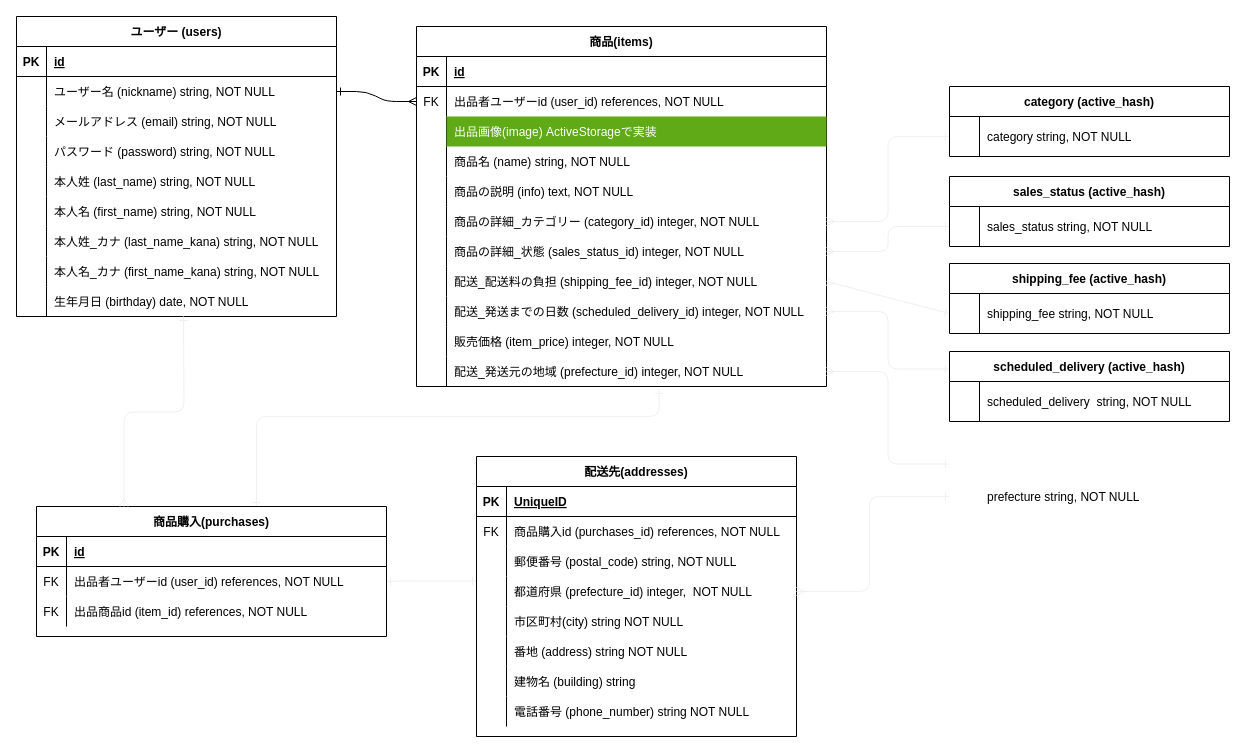
This is furima_er.dio from sutogone/furima-31056, a draw.io file, before an edit. Source tidied: cells renumbered, new cells numbered last; positions are measured from the earlier drawing's top-left corner, leaving out a move shared by most shapes. Both pictures are drawn from the tidied source at 100%, with x=0, y=0 at pixel (16, 16).
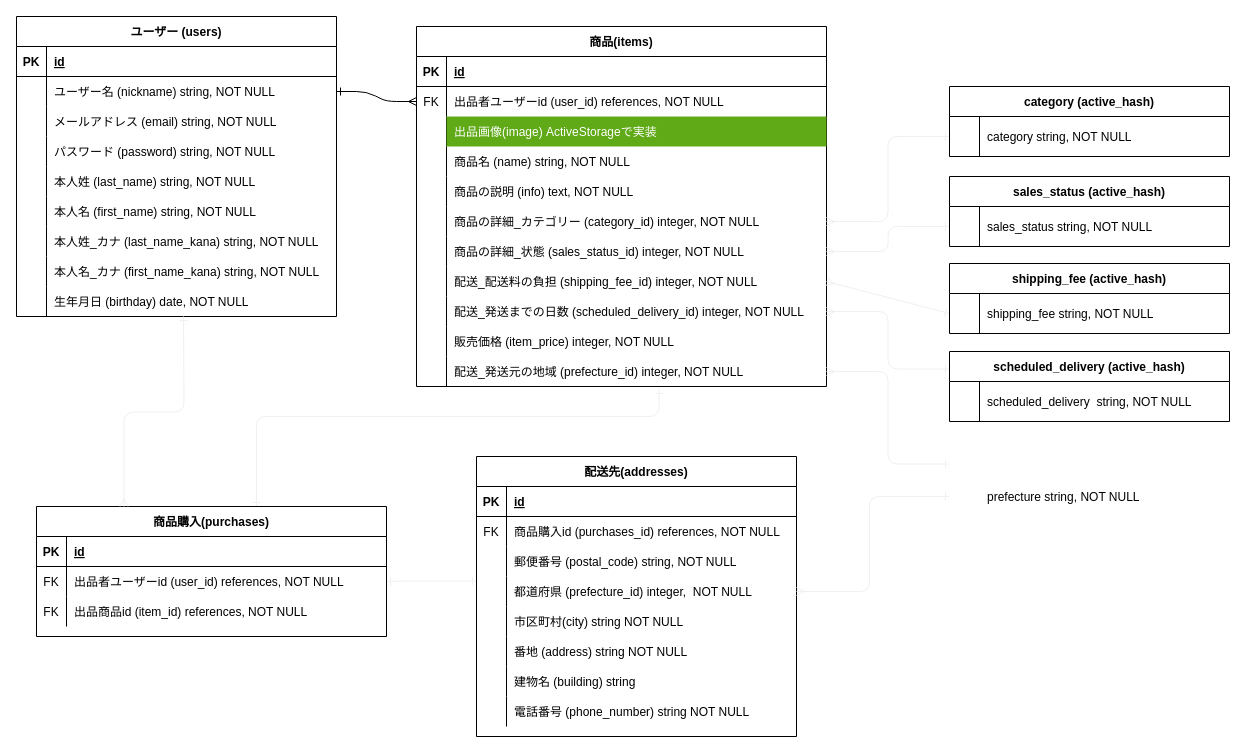
Above is the later version.

Commit message:
データベース修正

The change refers to these unchanged cells:
```xml
<mxCell id="80" style="shape=partialRectangle;fillColor=none;top=0;left=0;bottom=1;right=0;" parent="79" vertex="1">
  <mxGeometry y="30" width="320" height="30" as="geometry" />
</mxCell>
```

Change to the diagram source:
```diff
@@
-    <mxCell id="82" value="UniqueID" style="shape=partialRectangle;fillColor=none;top=0;left=0;bottom=0;right=0;align=left;spacingLeft=6;fontStyle=5;overflow=hidden;" parent="80" vertex="1">
+    <mxCell id="82" value="id" style="shape=partialRectangle;fillColor=none;top=0;left=0;bottom=0;right=0;align=left;spacingLeft=6;fontStyle=5;overflow=hidden;" parent="80" vertex="1">
       <mxGeometry x="30" width="290" height="30" as="geometry" />
     </mxCell>
```
